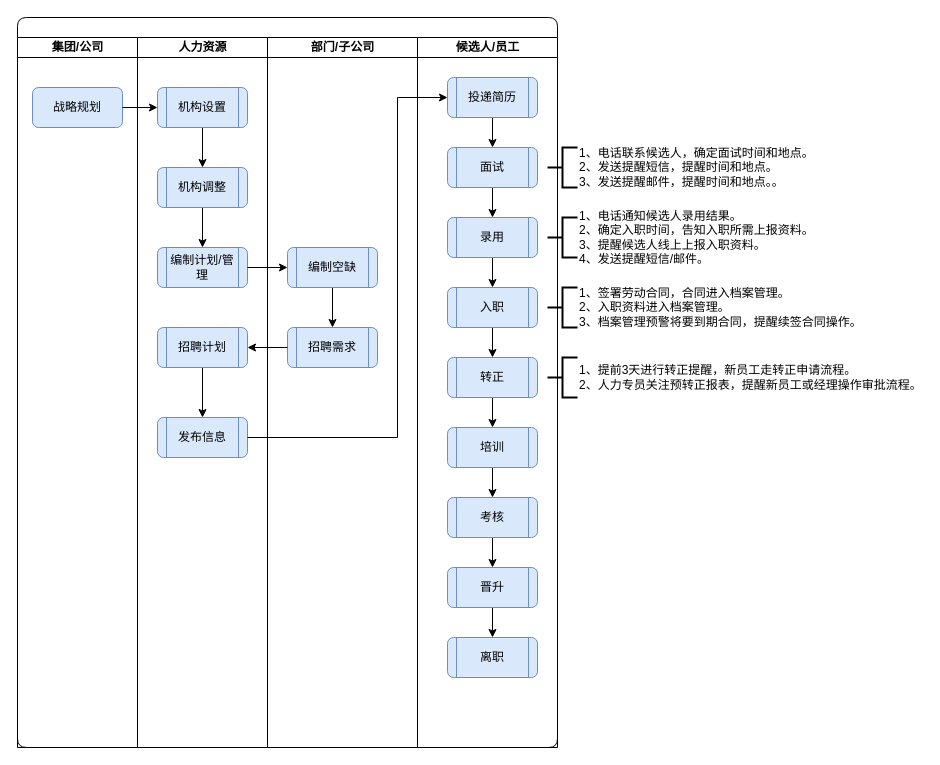
Before: page "大图" (2 of 9) of humanresource1.drawio in janzhou123/mydraw, a draw.io diagram. Source tidied: cells renumbered, new cells numbered last; positions are measured from the earlier drawing's top-left corner, leaving out a move shared by most shapes. Both pictures are drawn from the tidied source at 100%, with x=0, y=0 at pixel (17, 17).
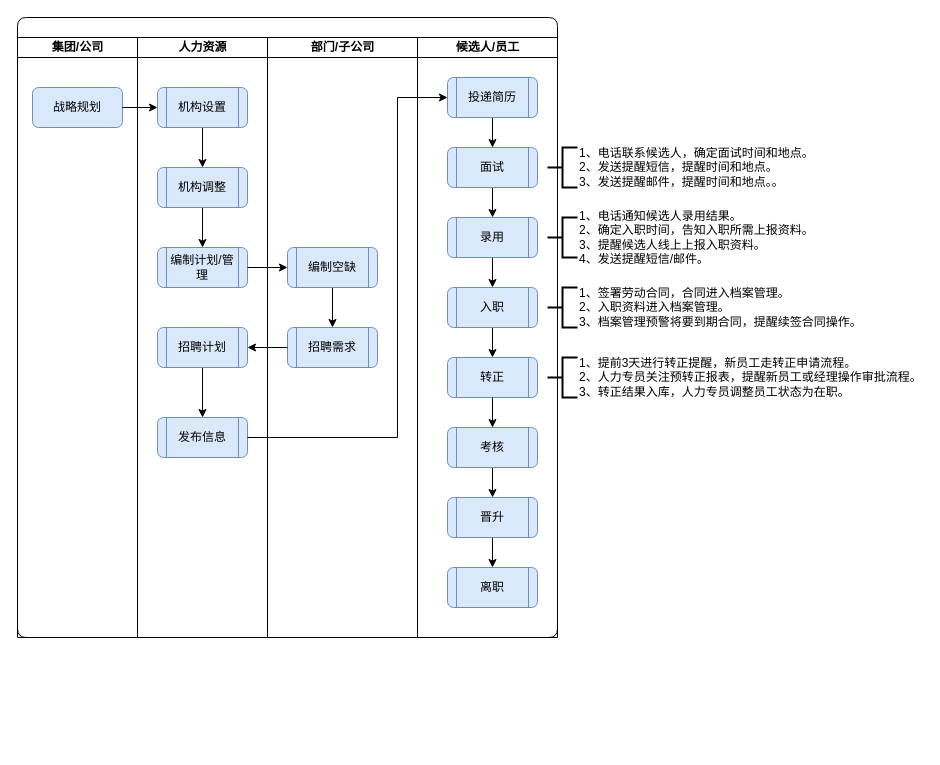
The same page after the edit.

The change refers to these unchanged cells:
```xml
<mxCell id="28" value="转正" style="shape=process;whiteSpace=wrap;html=1;backgroundOutline=1;rounded=1;shadow=0;glass=0;comic=0;fillColor=#dae8fc;strokeColor=#6c8ebf;" parent="18" vertex="1">
  <mxGeometry x="30" y="320" width="90" height="40" as="geometry" />
</mxCell>
```

Change to the diagram source:
```diff
@@
     <mxCell id="2" style="swimlane;html=1;startSize=20;rounded=1;shadow=0;glass=0;comic=0;" parent="1" vertex="1">
-      <mxGeometry width="540" height="730" as="geometry" />
+      <mxGeometry width="540" height="620" as="geometry" />
     </mxCell>
     <mxCell id="3" value="集团/公司" style="swimlane;html=1;startSize=20;" parent="2" vertex="1">
-      <mxGeometry y="20" width="120" height="710" as="geometry" />
+      <mxGeometry y="20" width="120" height="600" as="geometry" />
     </mxCell>
@@
     <mxCell id="5" value="人力资源" style="swimlane;html=1;startSize=20;" parent="2" vertex="1">
-      <mxGeometry x="120" y="20" width="130" height="710" as="geometry" />
+      <mxGeometry x="120" y="20" width="130" height="600" as="geometry" />
     </mxCell>
@@
     <mxCell id="14" value="部门/子公司" style="swimlane;html=1;startSize=20;" parent="2" vertex="1">
-      <mxGeometry x="250" y="20" width="150" height="710" as="geometry" />
+      <mxGeometry x="250" y="20" width="150" height="600" as="geometry" />
     </mxCell>
@@
     <mxCell id="18" value="候选人/员工" style="swimlane;html=1;startSize=20;" parent="2" vertex="1">
-      <mxGeometry x="400" y="20" width="140" height="710" as="geometry" />
+      <mxGeometry x="400" y="20" width="140" height="600" as="geometry" />
     </mxCell>
@@
-    <mxCell id="27" style="edgeStyle=orthogonalEdgeStyle;rounded=0;jettySize=auto;html=1;" parent="18" edge="1" source="28" target="30">
-      <mxGeometry relative="1" as="geometry" />
-    </mxCell>
@@
-    <mxCell id="29" style="edgeStyle=orthogonalEdgeStyle;rounded=0;jettySize=auto;html=1;" parent="18" edge="1" source="30" target="32">
+    <mxCell id="29" style="edgeStyle=orthogonalEdgeStyle;rounded=0;jettySize=auto;html=1;exitX=0.5;exitY=1;exitDx=0;exitDy=0;" parent="18" edge="1" source="28" target="32">
       <mxGeometry relative="1" as="geometry" />
     </mxCell>
-    <mxCell id="30" value="培训" style="shape=process;whiteSpace=wrap;html=1;backgroundOutline=1;rounded=1;shadow=0;glass=0;comic=0;fillColor=#dae8fc;strokeColor=#6c8ebf;" parent="18" vertex="1">
-      <mxGeometry x="30" y="390" width="90" height="40" as="geometry" />
-    </mxCell>
@@
     <mxCell id="32" value="考核" style="shape=process;whiteSpace=wrap;html=1;backgroundOutline=1;rounded=1;shadow=0;glass=0;comic=0;fillColor=#dae8fc;strokeColor=#6c8ebf;" parent="18" vertex="1">
-      <mxGeometry x="30" y="460" width="90" height="40" as="geometry" />
+      <mxGeometry x="30" y="390" width="90" height="40" as="geometry" />
     </mxCell>
@@
     <mxCell id="34" value="晋升" style="shape=process;whiteSpace=wrap;html=1;backgroundOutline=1;rounded=1;shadow=0;glass=0;comic=0;fillColor=#dae8fc;strokeColor=#6c8ebf;" parent="18" vertex="1">
-      <mxGeometry x="30" y="530" width="90" height="40" as="geometry" />
+      <mxGeometry x="30" y="460" width="90" height="40" as="geometry" />
     </mxCell>
     <mxCell id="35" value="离职" style="shape=process;whiteSpace=wrap;html=1;backgroundOutline=1;rounded=1;shadow=0;glass=0;comic=0;fillColor=#dae8fc;strokeColor=#6c8ebf;" parent="18" vertex="1">
-      <mxGeometry x="30" y="600" width="90" height="40" as="geometry" />
+      <mxGeometry x="30" y="530" width="90" height="40" as="geometry" />
     </mxCell>
@@
-    <mxCell id="43" value="1、提前3天进行转正提醒，新员工走转正申请流程。&lt;br&gt;2、人力专员关注预转正报表，提醒新员工或经理操作审批流程。" style="strokeWidth=2;html=1;shape=mxgraph.flowchart.annotation_2;align=left;labelPosition=right;rounded=1;shadow=0;glass=0;comic=0;" parent="1" vertex="1">
+    <mxCell id="43" value="1、提前3天进行转正提醒，新员工走转正申请流程。&lt;br&gt;2、人力专员关注预转正报表，提醒新员工或经理操作审批流程。&lt;br&gt;3、转正结果入库，人力专员调整员工状态为在职。" style="strokeWidth=2;html=1;shape=mxgraph.flowchart.annotation_2;align=left;labelPosition=right;rounded=1;shadow=0;glass=0;comic=0;" parent="1" vertex="1">
       <mxGeometry x="530" y="340" width="30" height="40" as="geometry" />
     </mxCell>
```
